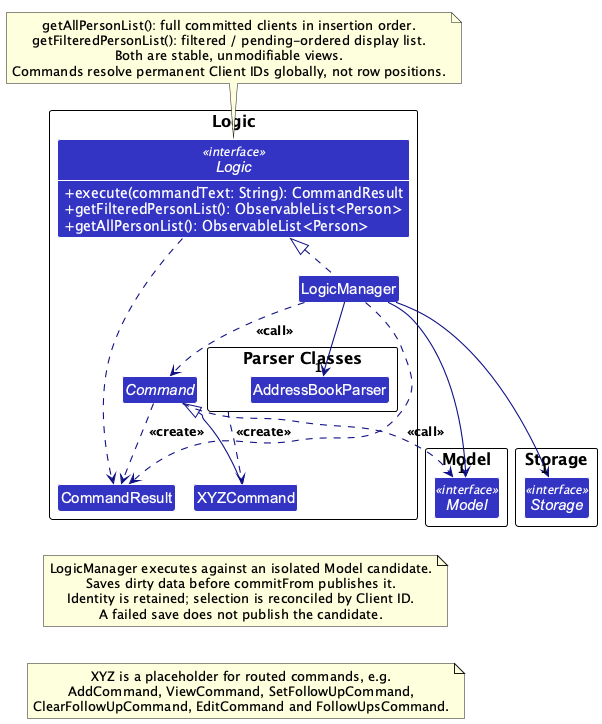
This is docs/images/LogicClassDiagram.png from AY2627S1-CS2103T-W13-3/tp, a PlantUML export, as it was before one commit.
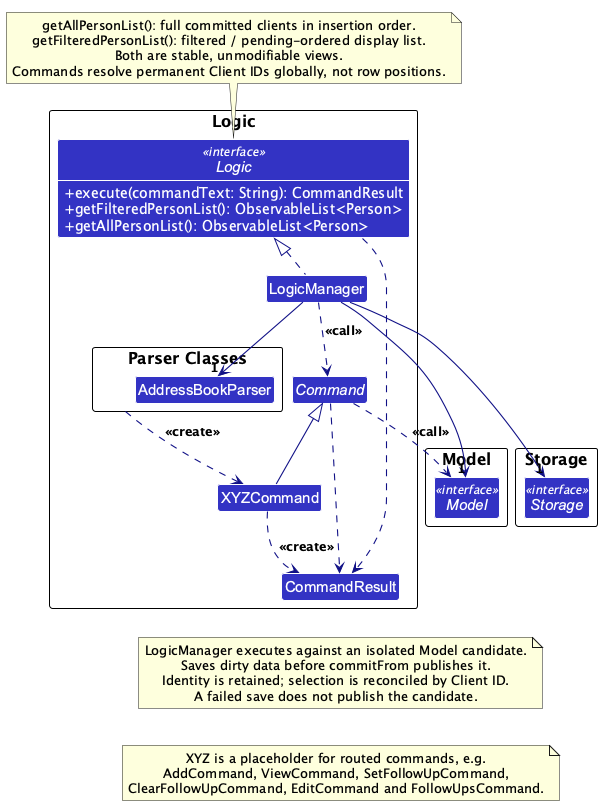
The same diagram one commit later.

Diff of the diagram source:
```diff
@@ -1,4 +1,5 @@
 @startuml
+!pragma layout smetana
 !include style.puml
 !pragma layout smetana
 skinparam arrowThickness 1.1
@@ -45,8 +46,8 @@
 Model -[hidden]right-> Storage
 
 Logic ..> CommandResult
-LogicManager ..> CommandResult
-Command ..> CommandResult : <<create>>
+Command ..> CommandResult
+XYZCommand ..> CommandResult : <<create>>
 
 note top of Logic
     getAllPersonList(): full committed clients in insertion order.
@@ -61,7 +62,7 @@
     Identity is retained; selection is reconciled by Client ID.
     A failed save does not publish the candidate.
 end note
-XYZCommand -[hidden]down-> PublicationNote
+CommandResult -[hidden]down-> PublicationNote
 
 note as CommandExamples
     XYZ is a placeholder for routed commands, e.g.
```
